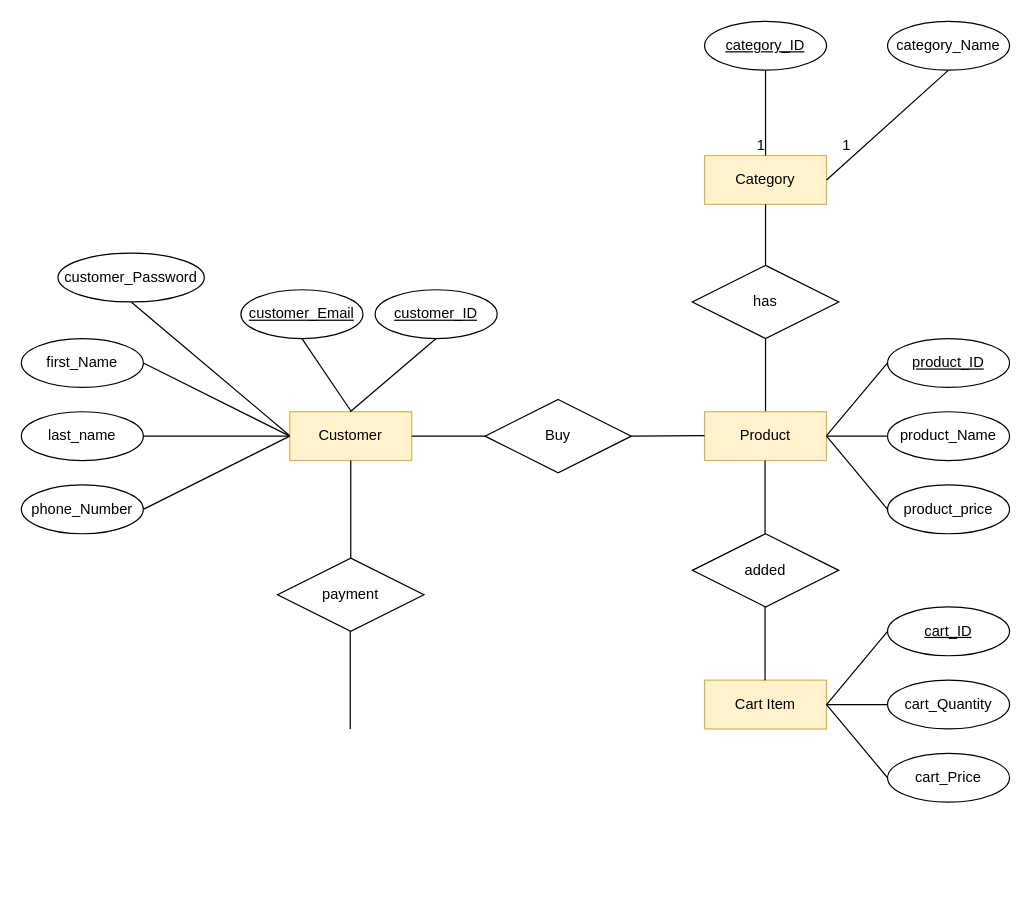
The draw.io diagram Untitled Diagram.drawio in lulungu/desktop-tutorial, before the edit. Source tidied: cells renumbered, new cells numbered last; positions are measured from the earlier drawing's top-left corner, leaving out a move shared by most shapes. Both pictures are drawn from the tidied source at 122%, with x=0, y=0 at pixel (21, 21).
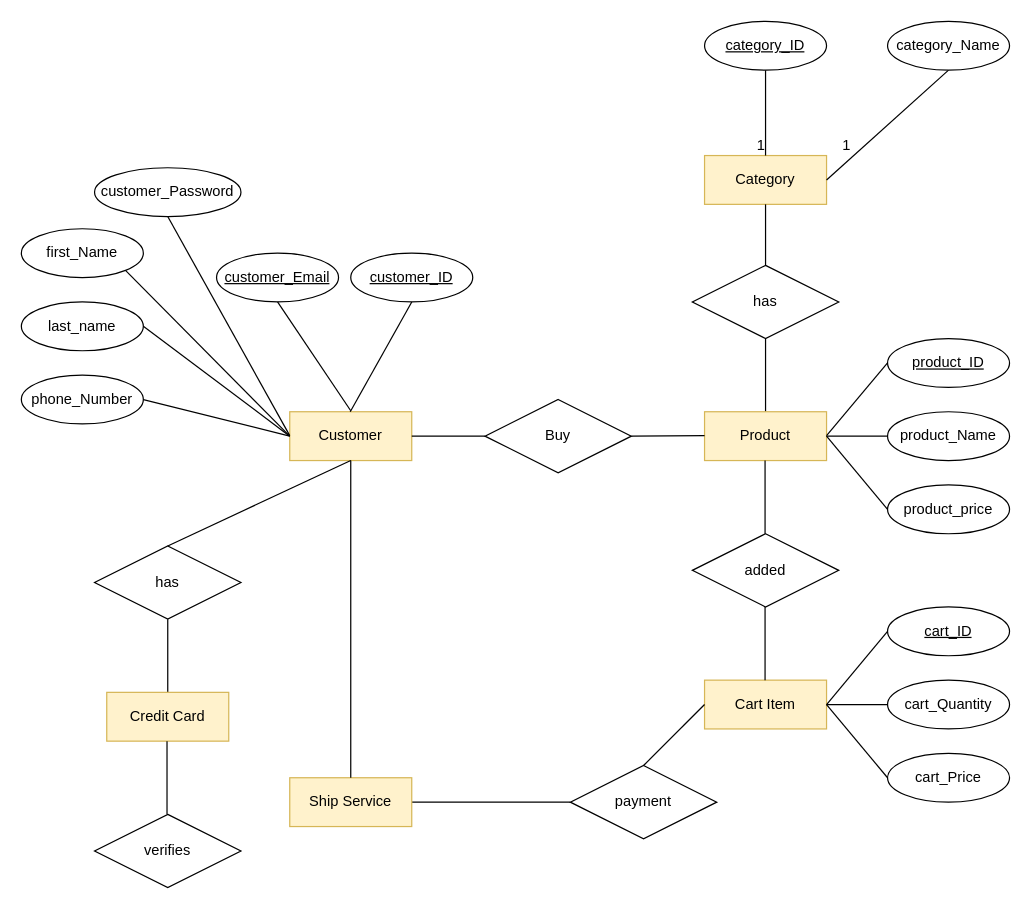
Above is the later version.

Unchanged cells that the change refers to:
```xml
<mxCell id="21" value="Cart Item" style="whiteSpace=wrap;html=1;align=center;fillColor=#fff2cc;strokeColor=#d6b656;" parent="1" vertex="1">
  <mxGeometry x="560" y="540" width="100" height="40" as="geometry" />
</mxCell>
<mxCell id="29" value="Customer" style="whiteSpace=wrap;html=1;align=center;fillColor=#fff2cc;strokeColor=#d6b656;" parent="1" vertex="1">
  <mxGeometry x="220" y="320" width="100" height="40" as="geometry" />
</mxCell>
```

Diff of the diagram source:
```diff
@@
     <mxCell id="34" value="customer_ID" style="ellipse;whiteSpace=wrap;html=1;align=center;fontStyle=4;" parent="1" vertex="1">
-      <mxGeometry x="290" y="220" width="100" height="40" as="geometry" />
+      <mxGeometry x="270" y="190" width="100" height="40" as="geometry" />
     </mxCell>
@@
     <mxCell id="36" value="customer_Email" style="ellipse;whiteSpace=wrap;html=1;align=center;fontStyle=4;" parent="1" vertex="1">
-      <mxGeometry x="180" y="220" width="100" height="40" as="geometry" />
+      <mxGeometry x="160" y="190" width="100" height="40" as="geometry" />
     </mxCell>
@@
     <mxCell id="38" value="customer_Password" style="ellipse;whiteSpace=wrap;html=1;align=center;" parent="1" vertex="1">
-      <mxGeometry x="30" y="190" width="120" height="40" as="geometry" />
+      <mxGeometry x="60" y="120" width="120" height="40" as="geometry" />
     </mxCell>
     <mxCell id="39" value="first_Name" style="ellipse;whiteSpace=wrap;html=1;align=center;" parent="1" vertex="1">
-      <mxGeometry y="260" width="100" height="40" as="geometry" />
+      <mxGeometry y="170" width="100" height="40" as="geometry" />
     </mxCell>
     <mxCell id="40" value="last_name" style="ellipse;whiteSpace=wrap;html=1;align=center;" parent="1" vertex="1">
-      <mxGeometry y="320" width="100" height="40" as="geometry" />
+      <mxGeometry y="230" width="100" height="40" as="geometry" />
     </mxCell>
     <mxCell id="41" value="phone_Number" style="ellipse;whiteSpace=wrap;html=1;align=center;" parent="1" vertex="1">
-      <mxGeometry y="380" width="100" height="40" as="geometry" />
+      <mxGeometry y="290" width="100" height="40" as="geometry" />
     </mxCell>
-    <mxCell id="42" style="endArrow=none;html=1;rounded=0;exitX=0.5;exitY=1;exitDx=0;exitDy=0;entryX=0;entryY=0.5;entryDx=0;entryDy=0;" parent="1" edge="1" target="29">
-      <mxGeometry relative="1" as="geometry">
-        <mxPoint x="100" y="280" as="sourcePoint" />
-      </mxGeometry>
+    <mxCell id="42" style="endArrow=none;html=1;rounded=0;exitX=1;exitY=1;exitDx=0;exitDy=0;entryX=0;entryY=0.5;entryDx=0;entryDy=0;" parent="1" edge="1" source="39" target="29">
+      <mxGeometry relative="1" as="geometry" />
     </mxCell>
-    <mxCell id="43" style="endArrow=none;html=1;rounded=0;exitX=0.5;exitY=1;exitDx=0;exitDy=0;entryX=0;entryY=0.5;entryDx=0;entryDy=0;" parent="1" edge="1" target="29">
-      <mxGeometry relative="1" as="geometry">
-        <mxPoint x="100" y="340" as="sourcePoint" />
-      </mxGeometry>
+    <mxCell id="43" style="endArrow=none;html=1;rounded=0;exitX=1;exitY=0.5;exitDx=0;exitDy=0;entryX=0;entryY=0.5;entryDx=0;entryDy=0;" parent="1" edge="1" source="40" target="29">
+      <mxGeometry relative="1" as="geometry" />
     </mxCell>
-    <mxCell id="44" style="endArrow=none;html=1;rounded=0;exitX=0.5;exitY=1;exitDx=0;exitDy=0;entryX=0;entryY=0.5;entryDx=0;entryDy=0;" parent="1" edge="1" target="29">
-      <mxGeometry relative="1" as="geometry">
-        <mxPoint x="100" y="400" as="sourcePoint" />
-      </mxGeometry>
+    <mxCell id="44" style="endArrow=none;html=1;rounded=0;exitX=1;exitY=0.5;exitDx=0;exitDy=0;entryX=0;entryY=0.5;entryDx=0;entryDy=0;" parent="1" edge="1" source="41" target="29">
+      <mxGeometry relative="1" as="geometry" />
     </mxCell>
-    <mxCell id="45" style="endArrow=none;html=1;rounded=0;entryX=0.5;entryY=1;entryDx=0;entryDy=0;" parent="1" edge="1" target="29">
-      <mxGeometry relative="1" as="geometry">
-        <mxPoint x="270" y="440" as="sourcePoint" />
-      </mxGeometry>
-    </mxCell>
     <mxCell id="46" value="payment" style="shape=rhombus;perimeter=rhombusPerimeter;whiteSpace=wrap;html=1;align=center;" parent="1" vertex="1">
-      <mxGeometry x="210" y="440" width="120" height="60" as="geometry" />
+      <mxGeometry x="450" y="610" width="120" height="60" as="geometry" />
     </mxCell>
-    <mxCell id="47" style="endArrow=none;html=1;rounded=0;entryX=0.5;entryY=1;entryDx=0;entryDy=0;" parent="1" edge="1">
-      <mxGeometry relative="1" as="geometry">
-        <mxPoint x="269.6" y="580" as="sourcePoint" />
-        <mxPoint x="269.6" y="500" as="targetPoint" />
-      </mxGeometry>
-    </mxCell>
+    <mxCell id="48" style="endArrow=none;html=1;rounded=0;entryX=0;entryY=0.5;entryDx=0;entryDy=0;" parent="1" edge="1" target="21">
+      <mxGeometry relative="1" as="geometry">
+        <mxPoint x="510" y="610" as="sourcePoint" />
+      </mxGeometry>
+    </mxCell>
+    <mxCell id="49" style="endArrow=none;html=1;rounded=0;entryX=0.5;entryY=1;entryDx=0;entryDy=0;exitX=0.5;exitY=0;exitDx=0;exitDy=0;" parent="1" edge="1" source="50" target="29">
+      <mxGeometry relative="1" as="geometry" />
+    </mxCell>
+    <mxCell id="50" value="has" style="shape=rhombus;perimeter=rhombusPerimeter;whiteSpace=wrap;html=1;align=center;" parent="1" vertex="1">
+      <mxGeometry x="60" y="430" width="120" height="60" as="geometry" />
+    </mxCell>
+    <mxCell id="51" style="endArrow=none;html=1;rounded=0;entryX=0.5;entryY=1;entryDx=0;entryDy=0;exitX=0.5;exitY=0;exitDx=0;exitDy=0;" parent="1" edge="1" source="52" target="50">
+      <mxGeometry relative="1" as="geometry" />
+    </mxCell>
+    <mxCell id="52" value="Credit Card" style="whiteSpace=wrap;html=1;align=center;fillColor=#fff2cc;strokeColor=#d6b656;" parent="1" vertex="1">
+      <mxGeometry x="70" y="550" width="100" height="40" as="geometry" />
+    </mxCell>
+    <mxCell id="53" value="verifies" style="shape=rhombus;perimeter=rhombusPerimeter;whiteSpace=wrap;html=1;align=center;" parent="1" vertex="1">
+      <mxGeometry x="60" y="650" width="120" height="60" as="geometry" />
+    </mxCell>
+    <mxCell id="54" style="endArrow=none;html=1;rounded=0;exitX=1;exitY=0.5;exitDx=0;exitDy=0;" parent="1" edge="1" source="56">
+      <mxGeometry relative="1" as="geometry">
+        <mxPoint x="450" y="640" as="targetPoint" />
+        <Array as="points">
+          <mxPoint x="450" y="640" />
+        </Array>
+      </mxGeometry>
+    </mxCell>
+    <mxCell id="55" style="endArrow=none;html=1;rounded=0;entryX=0.5;entryY=1;entryDx=0;entryDy=0;exitX=0.5;exitY=0;exitDx=0;exitDy=0;" parent="1" edge="1">
+      <mxGeometry relative="1" as="geometry">
+        <mxPoint x="119.4" y="650" as="sourcePoint" />
+        <mxPoint x="119.4" y="590" as="targetPoint" />
+      </mxGeometry>
+    </mxCell>
+    <mxCell id="56" value="Ship Service" style="whiteSpace=wrap;html=1;align=center;fillColor=#fff2cc;strokeColor=#d6b656;" parent="1" vertex="1">
+      <mxGeometry x="220" y="620" width="100" height="40" as="geometry" />
+    </mxCell>
+    <mxCell id="57" style="endArrow=none;html=1;rounded=0;entryX=0.5;entryY=1;entryDx=0;entryDy=0;exitX=0.5;exitY=0;exitDx=0;exitDy=0;" parent="1" edge="1" source="56" target="29">
+      <mxGeometry relative="1" as="geometry" />
+    </mxCell>
```
